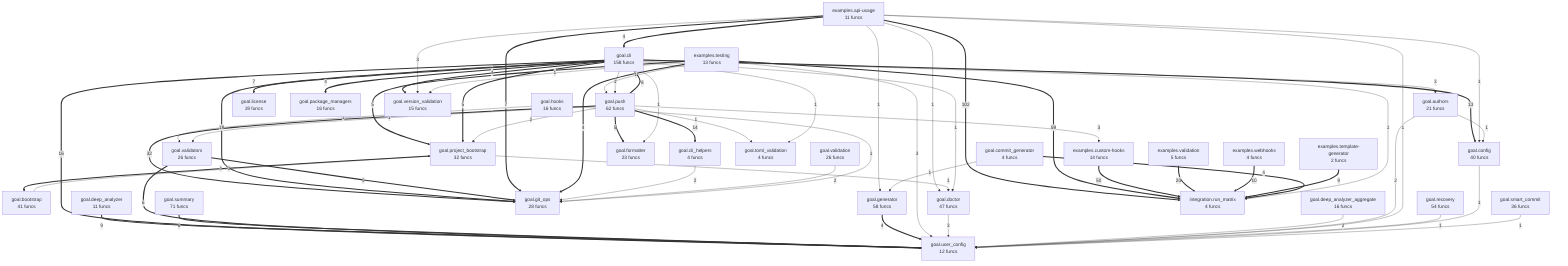
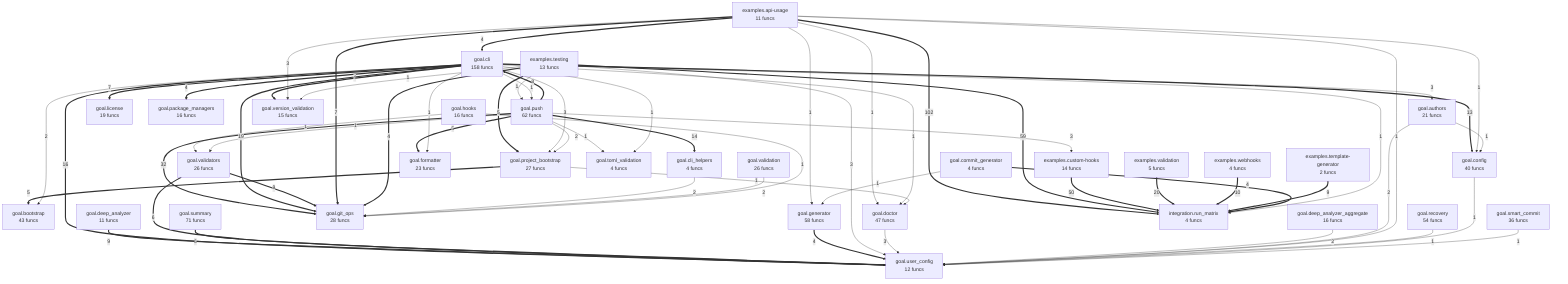
flowchart TD
- %% generated in 0.02s
+ %% generated in 0.03s
    examples__api_usage["examples.api-usage<br/>11 funcs"]
    examples__custom_hooks["examples.custom-hooks<br/>14 funcs"]
    examples__template_generator["examples.template-generator<br/>2 funcs"]
    examples__testing["examples.testing<br/>13 funcs"]
    examples__validation["examples.validation<br/>5 funcs"]
    examples__webhooks["examples.webhooks<br/>4 funcs"]
    goal__authors["goal.authors<br/>21 funcs"]
-     goal__bootstrap["goal.bootstrap<br/>41 funcs"]
+     goal__bootstrap["goal.bootstrap<br/>43 funcs"]
    goal__cli["goal.cli<br/>158 funcs"]
    goal__cli_helpers["goal.cli_helpers<br/>4 funcs"]
    goal__commit_generator["goal.commit_generator<br/>4 funcs"]
    goal__config["goal.config<br/>40 funcs"]
    goal__deep_analyzer["goal.deep_analyzer<br/>11 funcs"]
    goal__deep_analyzer_aggregate["goal.deep_analyzer_aggregate<br/>16 funcs"]
    goal__doctor["goal.doctor<br/>47 funcs"]
    goal__formatter["goal.formatter<br/>23 funcs"]
    goal__generator["goal.generator<br/>58 funcs"]
    goal__git_ops["goal.git_ops<br/>28 funcs"]
    goal__hooks["goal.hooks<br/>16 funcs"]
    goal__license["goal.license<br/>19 funcs"]
    goal__package_managers["goal.package_managers<br/>16 funcs"]
-     goal__project_bootstrap["goal.project_bootstrap<br/>32 funcs"]
+     goal__project_bootstrap["goal.project_bootstrap<br/>27 funcs"]
    goal__push["goal.push<br/>62 funcs"]
    goal__recovery["goal.recovery<br/>54 funcs"]
    goal__smart_commit["goal.smart_commit<br/>36 funcs"]
    goal__summary["goal.summary<br/>71 funcs"]
    goal__toml_validation["goal.toml_validation<br/>4 funcs"]
    goal__user_config["goal.user_config<br/>12 funcs"]
    goal__validation["goal.validation<br/>26 funcs"]
    goal__validators["goal.validators<br/>26 funcs"]
    goal__version_validation["goal.version_validation<br/>15 funcs"]
    integration__run_matrix["integration.run_matrix<br/>4 funcs"]
    examples__api_usage ==>|102| integration__run_matrix
    examples__testing ==>|59| integration__run_matrix
    examples__custom_hooks ==>|50| integration__run_matrix
    goal__push ==>|32| goal__git_ops
    examples__validation ==>|20| integration__run_matrix
    goal__cli ==>|19| goal__git_ops
    goal__cli ==>|16| goal__user_config
    goal__push ==>|14| goal__cli_helpers
    goal__cli ==>|13| goal__config
    examples__webhooks ==>|10| integration__run_matrix
    examples__template_generator ==>|9| integration__run_matrix
    goal__deep_analyzer ==>|9| goal__user_config
    goal__validators ==>|9| goal__git_ops
    goal__push ==>|8| goal__cli
    examples__api_usage ==>|7| goal__git_ops
    goal__cli ==>|7| goal__license
    goal__validators ==>|6| goal__user_config
    goal__summary ==>|6| goal__user_config
    examples__testing ==>|5| goal__project_bootstrap
    goal__push ==>|5| goal__formatter
-     goal__cli ==>|5| goal__project_bootstrap
+     goal__project_bootstrap ==>|5| goal__bootstrap
    examples__api_usage ==>|4| goal__cli
    examples__testing ==>|4| goal__git_ops
-     goal__project_bootstrap ==>|4| goal__bootstrap
    goal__commit_generator ==>|4| integration__run_matrix
    goal__generator ==>|4| goal__user_config
    goal__cli ==>|4| goal__version_validation
    goal__cli ==>|4| goal__package_managers
    examples__api_usage -->|3| goal__version_validation
    examples__testing -->|3| goal__user_config
-     goal__bootstrap -->|3| goal__project_bootstrap
    goal__push -->|3| examples__custom_hooks
    goal__cli -->|3| goal__authors
+     goal__cli -->|3| goal__project_bootstrap
    goal__doctor -->|3| goal__user_config
    goal__deep_analyzer_aggregate -->|2| goal__user_config
    goal__cli_helpers -->|2| goal__git_ops
    goal__push -->|2| goal__project_bootstrap
+     goal__cli -->|2| goal__bootstrap
    goal__validation -->|2| goal__git_ops
    goal__authors -->|2| goal__user_config
    examples__api_usage -->|1| goal__config
    examples__api_usage -->|1| goal__user_config
    examples__api_usage -->|1| goal__doctor
    examples__api_usage -->|1| goal__generator
    examples__testing -->|1| goal__version_validation
    examples__testing -->|1| goal__push
-     goal__project_bootstrap -->|1| goal__doctor
    goal__cli -->|1| integration__run_matrix
    goal__commit_generator -->|1| goal__generator
    goal__hooks -->|1| goal__git_ops
    goal__hooks -->|1| goal__validators
    goal__recovery -->|1| goal__user_config
    goal__push -->|1| goal__toml_validation
    goal__push -->|1| goal__validators
    goal__cli -->|1| goal__doctor
    goal__cli -->|1| goal__formatter
    goal__cli -->|1| goal__toml_validation
    goal__cli -->|1| goal__push
    goal__config -->|1| goal__user_config
    goal__smart_commit -->|1| goal__user_config
    goal__authors -->|1| goal__config
+     goal__project_bootstrap -->|1| goal__doctor
